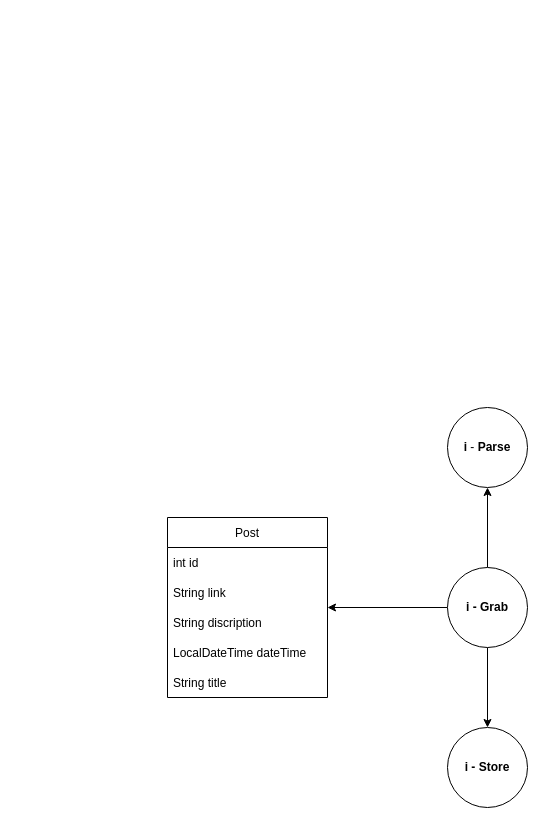
Earlier version of the draw.io diagram grabber.drawio (max-piter/job4j_grabber). Source tidied: cells renumbered, new cells numbered last; positions are measured from the earlier drawing's top-left corner, leaving out a move shared by most shapes. Both pictures are drawn from the tidied source at 100%, with x=0, y=0 at pixel (167, 407).
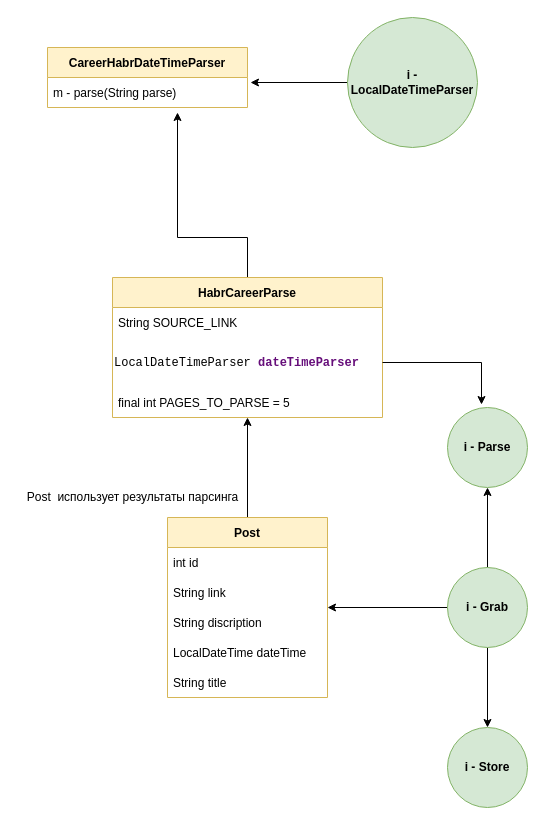
After the change.

What changed in the source:
```diff
@@
-    <mxCell id="5" value="&lt;b&gt;i - Grab&lt;/b&gt;" style="ellipse;whiteSpace=wrap;html=1;" parent="1" vertex="1">
+    <mxCell id="5" value="&lt;b&gt;i - Grab&lt;/b&gt;" style="ellipse;whiteSpace=wrap;html=1;fillColor=#d5e8d4;strokeColor=#82b366;" parent="1" vertex="1">
       <mxGeometry x="280" y="160" width="80" height="80" as="geometry" />
     </mxCell>
-    <mxCell id="6" value="&lt;b&gt;i&lt;/b&gt; - &lt;b&gt;Parse&lt;/b&gt;" style="ellipse;whiteSpace=wrap;html=1;" parent="1" vertex="1">
+    <mxCell id="6" value="&lt;b&gt;i - Parse&lt;/b&gt;" style="ellipse;whiteSpace=wrap;html=1;fillColor=#d5e8d4;strokeColor=#82b366;" parent="1" vertex="1">
       <mxGeometry x="280" width="80" height="80" as="geometry" />
     </mxCell>
-    <mxCell id="7" value="&lt;b&gt;i - Store&lt;/b&gt;" style="ellipse;whiteSpace=wrap;html=1;" parent="1" vertex="1">
+    <mxCell id="7" value="&lt;b&gt;i - Store&lt;/b&gt;" style="ellipse;whiteSpace=wrap;html=1;fillColor=#d5e8d4;strokeColor=#82b366;" parent="1" vertex="1">
       <mxGeometry x="280" y="320" width="80" height="80" as="geometry" />
     </mxCell>
+    <mxCell id="14" style="edgeStyle=orthogonalEdgeStyle;rounded=0;jettySize=auto;html=1;" parent="1" edge="1" source="8">
+      <mxGeometry relative="1" as="geometry">
+        <mxPoint x="80" y="10" as="targetPoint" />
+      </mxGeometry>
+    </mxCell>
-    <mxCell id="8" value="Post" style="swimlane;fontStyle=0;horizontal=1;startSize=30;" parent="1" vertex="1">
+    <mxCell id="8" value="Post" style="swimlane;fontStyle=1;horizontal=1;startSize=30;fillColor=#fff2cc;strokeColor=#d6b656;" parent="1" vertex="1">
       <mxGeometry y="110" width="160" height="180" as="geometry" />
     </mxCell>
@@
+    <mxCell id="15" style="edgeStyle=orthogonalEdgeStyle;rounded=0;jettySize=auto;html=1;" parent="1" edge="1" source="16">
+      <mxGeometry relative="1" as="geometry">
+        <mxPoint x="10" y="-295" as="targetPoint" />
+        <Array as="points">
+          <mxPoint x="80" y="-170" />
+          <mxPoint x="10" y="-170" />
+        </Array>
+      </mxGeometry>
+    </mxCell>
+    <mxCell id="16" value="HabrCareerParse" style="swimlane;fontStyle=1;horizontal=1;startSize=30;fillColor=#fff2cc;strokeColor=#d6b656;" parent="1" vertex="1">
+      <mxGeometry x="-55" y="-130" width="270" height="140" as="geometry" />
+    </mxCell>
+    <mxCell id="17" value="String SOURCE_LINK" style="text;strokeColor=none;fillColor=none;align=left;verticalAlign=middle;spacingLeft=4;spacingRight=4;overflow=hidden;" parent="16" vertex="1">
+      <mxGeometry y="30" width="270" height="30" as="geometry" />
+    </mxCell>
+    <mxCell id="18" value="&lt;pre style=&quot;background-color: #ffffff ; color: #000000 ; font-family: &amp;#34;jetbrains mono&amp;#34; , monospace ; font-size: 9 8pt&quot;&gt;&lt;pre style=&quot;font-family: &amp;#34;jetbrains mono&amp;#34; , monospace&quot;&gt;LocalDateTimeParser &lt;span style=&quot;color: #660e7a ; font-weight: bold&quot;&gt;dateTimeParser&lt;/span&gt;&lt;/pre&gt;&lt;/pre&gt;" style="text;whiteSpace=wrap;html=1;" parent="16" vertex="1">
+      <mxGeometry y="60" width="270" height="50" as="geometry" />
+    </mxCell>
+    <mxCell id="19" value="final int PAGES_TO_PARSE = 5" style="text;strokeColor=none;fillColor=none;align=left;verticalAlign=middle;spacingLeft=4;spacingRight=4;overflow=hidden;" parent="16" vertex="1">
+      <mxGeometry y="110" width="270" height="30" as="geometry" />
+    </mxCell>
+    <mxCell id="20" style="edgeStyle=orthogonalEdgeStyle;rounded=0;jettySize=auto;html=1;exitX=1;exitY=0.5;exitDx=0;exitDy=0;entryX=0.425;entryY=-0.037;entryDx=0;entryDy=0;entryPerimeter=0;" parent="1" edge="1" source="18" target="6">
+      <mxGeometry relative="1" as="geometry" />
+    </mxCell>
+    <mxCell id="21" value="Post&amp;nbsp; использует результаты парсинга" style="text;html=1;align=center;verticalAlign=middle;strokeColor=none;fillColor=none;" parent="1" vertex="1">
+      <mxGeometry x="-150" y="80" width="230" height="20" as="geometry" />
+    </mxCell>
+    <mxCell id="22" style="edgeStyle=orthogonalEdgeStyle;rounded=0;jettySize=auto;html=1;entryX=1.015;entryY=0.167;entryDx=0;entryDy=0;entryPerimeter=0;" parent="1" edge="1" source="23" target="25">
+      <mxGeometry relative="1" as="geometry" />
+    </mxCell>
+    <mxCell id="23" value="&lt;b&gt;i - LocalDateTimeParser&lt;/b&gt;" style="ellipse;whiteSpace=wrap;html=1;fillColor=#d5e8d4;strokeColor=#82b366;" parent="1" vertex="1">
+      <mxGeometry x="180" y="-390" width="130" height="130" as="geometry" />
+    </mxCell>
+    <mxCell id="24" value="CareerHabrDateTimeParser" style="swimlane;fontStyle=1;horizontal=1;startSize=30;fillColor=#fff2cc;strokeColor=#d6b656;" parent="1" vertex="1">
+      <mxGeometry x="-120" y="-360" width="200" height="60" as="geometry" />
+    </mxCell>
+    <mxCell id="25" value="m - parse(String parse)" style="text;strokeColor=none;fillColor=none;align=left;verticalAlign=middle;spacingLeft=4;spacingRight=4;overflow=hidden;points=[[0,0.5],[1,0.5]];portConstraint=eastwest;" parent="24" vertex="1">
+      <mxGeometry y="30" width="200" height="30" as="geometry" />
+    </mxCell>
```
